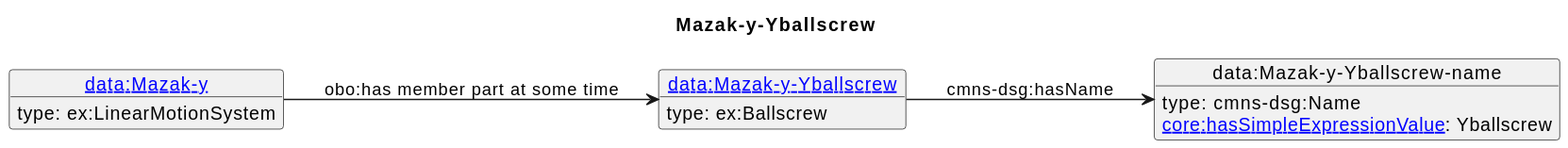
Above: diagrams/Mazak-y-Yballscrew.svg in iofoundry/example-syseng-mtconnect (PlantUML), before the change. The source it was exported from:
```plantuml
@startuml
skinparam linetype polyline
left to right direction
title Mazak-y-Yballscrew
object "[[./Mazak-y-Yballscrew.html data:Mazak-y-Yballscrew]]" as o1 {
 type: ex:Ballscrew
}
object "data:Mazak-y-Yballscrew-name" as o2 {
 type: cmns-dsg:Name
}
object "[[./Mazak-y.html data:Mazak-y]]" as o3 {
 type: ex:LinearMotionSystem
}
o1 --> o2 : cmns-dsg:hasName
o2 : [[https://spec.industrialontologies.org/ontology/core/Core/hasSimpleExpressionValue core:hasSimpleExpressionValue]]: Yballscrew
o3 --> o1 : obo:has member part at some time
@enduml
```
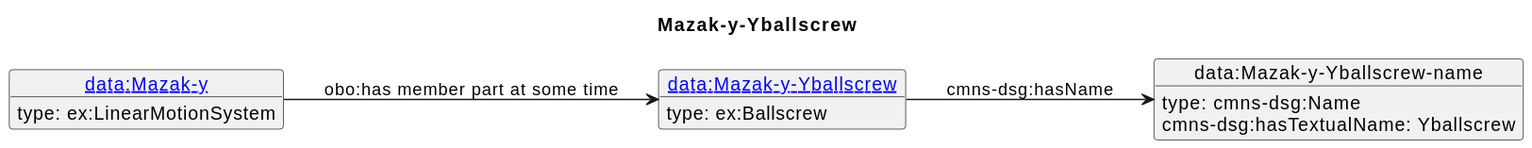
The same diagram one commit later.

The edit, as a diff of the source:
```diff
@@ -12,6 +12,6 @@
  type: ex:LinearMotionSystem
 }
 o1 --> o2 : cmns-dsg:hasName
-o2 : [[https://spec.industrialontologies.org/ontology/core/Core/hasSimpleExpressionValue core:hasSimpleExpressionValue]]: Yballscrew
+o2 : cmns-dsg:hasTextualName: Yballscrew
 o3 --> o1 : obo:has member part at some time
 @enduml
```
